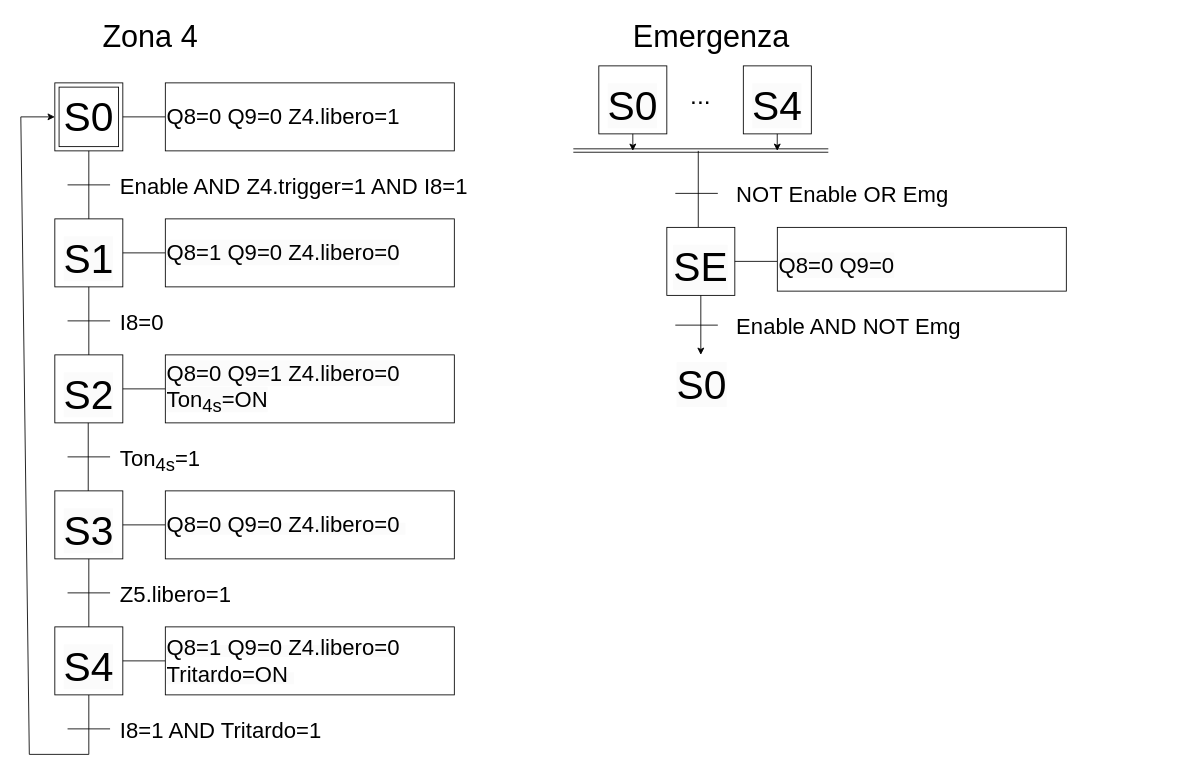
Before: page "Zona 4" (5 of 7) of grafcet.drawio in simonebroili/Ciclo-di-Lavorazione, a draw.io diagram. Source tidied: cells renumbered, new cells numbered last; positions are measured from the earlier drawing's top-left corner, leaving out a move shared by most shapes. Both pictures are drawn from the tidied source at 85%, with x=0, y=0 at pixel (20, 14).
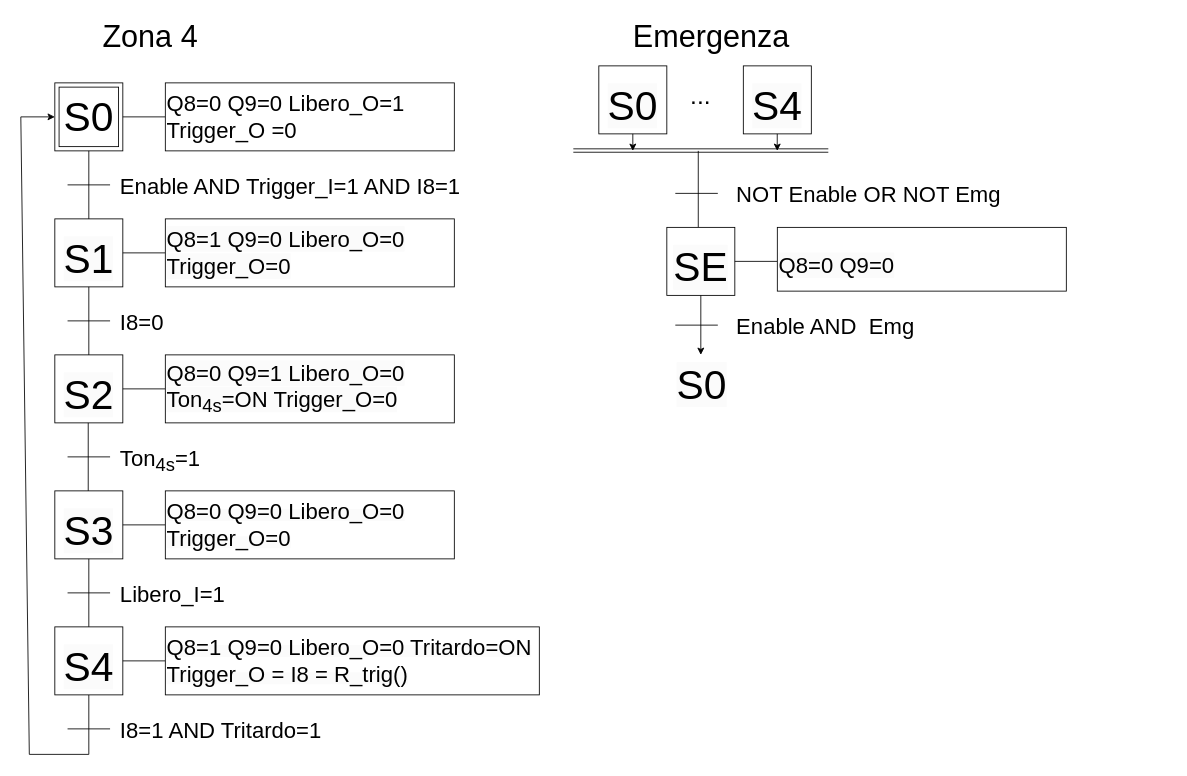
The same page after the edit.

What changed in the source:
```diff
@@
-    <mxCell id="8" value="&lt;span style=&quot;font-size: 26px;&quot;&gt;Q8=0 Q9=0 Z4.libero=1&lt;/span&gt;" style="rounded=0;whiteSpace=wrap;html=1;align=left;" parent="1" vertex="1">
+    <mxCell id="8" value="&lt;span style=&quot;font-size: 26px;&quot;&gt;Q8=0 Q9=0 Libero_O=1 Trigger_O =0&lt;/span&gt;" style="rounded=0;whiteSpace=wrap;html=1;align=left;" parent="1" vertex="1">
       <mxGeometry x="170" y="80" width="340" height="80" as="geometry" />
     </mxCell>
@@
-    <mxCell id="10" value="&lt;span style=&quot;color: rgb(0, 0, 0); font-family: Helvetica; font-size: 26px; font-style: normal; font-variant-ligatures: normal; font-variant-caps: normal; font-weight: 400; letter-spacing: normal; orphans: 2; text-indent: 0px; text-transform: none; widows: 2; word-spacing: 0px; -webkit-text-stroke-width: 0px; background-color: rgb(251, 251, 251); text-decoration-thickness: initial; text-decoration-style: initial; text-decoration-color: initial; float: none; display: inline !important;&quot;&gt;Q8=1 Q9=0 Z4.libero=0&lt;/span&gt;" style="rounded=0;whiteSpace=wrap;html=1;align=left;" parent="1" vertex="1">
+    <mxCell id="10" value="&lt;span style=&quot;color: rgb(0, 0, 0); font-family: Helvetica; font-size: 26px; font-style: normal; font-variant-ligatures: normal; font-variant-caps: normal; font-weight: 400; letter-spacing: normal; orphans: 2; text-indent: 0px; text-transform: none; widows: 2; word-spacing: 0px; -webkit-text-stroke-width: 0px; background-color: rgb(251, 251, 251); text-decoration-thickness: initial; text-decoration-style: initial; text-decoration-color: initial; float: none; display: inline !important;&quot;&gt;Q8=1 Q9=0 Libero_O=0 Trigger_O=0&lt;/span&gt;" style="rounded=0;whiteSpace=wrap;html=1;align=left;" parent="1" vertex="1">
       <mxGeometry x="170" y="240" width="340" height="80" as="geometry" />
     </mxCell>
@@
-    <mxCell id="12" value="&lt;span style=&quot;color: rgb(0, 0, 0); font-family: Helvetica; font-size: 26px; font-style: normal; font-variant-ligatures: normal; font-variant-caps: normal; font-weight: 400; letter-spacing: normal; orphans: 2; text-indent: 0px; text-transform: none; widows: 2; word-spacing: 0px; -webkit-text-stroke-width: 0px; background-color: rgb(251, 251, 251); text-decoration-thickness: initial; text-decoration-style: initial; text-decoration-color: initial; float: none; display: inline !important;&quot;&gt;Q8=0 Q9=1 Z4.libero=0 Ton&lt;sub&gt;4s&lt;/sub&gt;=ON&lt;/span&gt;" style="rounded=0;whiteSpace=wrap;html=1;align=left;" parent="1" vertex="1">
+    <mxCell id="12" value="&lt;span style=&quot;color: rgb(0, 0, 0); font-family: Helvetica; font-size: 26px; font-style: normal; font-variant-ligatures: normal; font-variant-caps: normal; font-weight: 400; letter-spacing: normal; orphans: 2; text-indent: 0px; text-transform: none; widows: 2; word-spacing: 0px; -webkit-text-stroke-width: 0px; background-color: rgb(251, 251, 251); text-decoration-thickness: initial; text-decoration-style: initial; text-decoration-color: initial; float: none; display: inline !important;&quot;&gt;Q8=0 Q9=1 Libero_O=0 Ton&lt;sub&gt;4s&lt;/sub&gt;=ON Trigger_O=0&lt;/span&gt;" style="rounded=0;whiteSpace=wrap;html=1;align=left;" parent="1" vertex="1">
       <mxGeometry x="170" y="400" width="340" height="80" as="geometry" />
     </mxCell>
@@
-    <mxCell id="14" value="&lt;span style=&quot;color: rgb(0, 0, 0); font-family: Helvetica; font-style: normal; font-variant-ligatures: normal; font-variant-caps: normal; font-weight: 400; letter-spacing: normal; orphans: 2; text-indent: 0px; text-transform: none; widows: 2; word-spacing: 0px; -webkit-text-stroke-width: 0px; background-color: rgb(251, 251, 251); text-decoration-thickness: initial; text-decoration-style: initial; text-decoration-color: initial; float: none; display: inline !important;&quot;&gt;&lt;span style=&quot;font-size: 26px;&quot;&gt;Q8=0 Q9=0 Z4.libero=0&amp;nbsp;&lt;/span&gt;&lt;/span&gt;" style="rounded=0;whiteSpace=wrap;html=1;align=left;" parent="1" vertex="1">
+    <mxCell id="14" value="&lt;span style=&quot;color: rgb(0, 0, 0); font-family: Helvetica; font-style: normal; font-variant-ligatures: normal; font-variant-caps: normal; font-weight: 400; letter-spacing: normal; orphans: 2; text-indent: 0px; text-transform: none; widows: 2; word-spacing: 0px; -webkit-text-stroke-width: 0px; background-color: rgb(251, 251, 251); text-decoration-thickness: initial; text-decoration-style: initial; text-decoration-color: initial; float: none; display: inline !important;&quot;&gt;&lt;span style=&quot;font-size: 26px;&quot;&gt;Q8=0 Q9=0 Libero_O=0 Trigger_O=0&lt;/span&gt;&lt;/span&gt;" style="rounded=0;whiteSpace=wrap;html=1;align=left;" parent="1" vertex="1">
       <mxGeometry x="170" y="560" width="340" height="80" as="geometry" />
     </mxCell>
@@
-    <mxCell id="18" value="&lt;span style=&quot;font-size: 26px;&quot;&gt;Enable AND Z4.trigger=1 AND I8=1&amp;nbsp;&lt;/span&gt;" style="text;whiteSpace=wrap;html=1;" parent="1" vertex="1">
+    <mxCell id="18" value="&lt;span style=&quot;font-size: 26px;&quot;&gt;Enable AND Trigger_I=1 AND I8=1&amp;nbsp;&lt;/span&gt;" style="text;whiteSpace=wrap;html=1;" parent="1" vertex="1">
       <mxGeometry x="115" y="180" width="435" height="50" as="geometry" />
     </mxCell>
@@
-    <mxCell id="26" value="&lt;span style=&quot;font-size: 26px;&quot;&gt;Z5.libero=1&lt;/span&gt;" style="text;whiteSpace=wrap;html=1;" parent="1" vertex="1">
+    <mxCell id="26" value="&lt;span style=&quot;font-size: 26px;&quot;&gt;Libero_I=1&lt;/span&gt;" style="text;whiteSpace=wrap;html=1;" parent="1" vertex="1">
       <mxGeometry x="115" y="660" width="395" height="50" as="geometry" />
     </mxCell>
@@
-    <mxCell id="31" value="&lt;span style=&quot;color: rgb(0, 0, 0); font-family: Helvetica; font-style: normal; font-variant-ligatures: normal; font-variant-caps: normal; font-weight: 400; letter-spacing: normal; orphans: 2; text-indent: 0px; text-transform: none; widows: 2; word-spacing: 0px; -webkit-text-stroke-width: 0px; background-color: rgb(251, 251, 251); text-decoration-thickness: initial; text-decoration-style: initial; text-decoration-color: initial; float: none; display: inline !important;&quot;&gt;&lt;span style=&quot;font-size: 26px;&quot;&gt;Q8=1 Q9=0 Z4.libero=0 Tritardo=ON&amp;nbsp;&lt;/span&gt;&lt;/span&gt;" style="rounded=0;whiteSpace=wrap;html=1;align=left;" parent="1" vertex="1">
-      <mxGeometry x="170" y="720" width="340" height="80" as="geometry" />
+    <mxCell id="31" value="&lt;span style=&quot;color: rgb(0, 0, 0); font-family: Helvetica; font-style: normal; font-variant-ligatures: normal; font-variant-caps: normal; font-weight: 400; letter-spacing: normal; orphans: 2; text-indent: 0px; text-transform: none; widows: 2; word-spacing: 0px; -webkit-text-stroke-width: 0px; background-color: rgb(251, 251, 251); text-decoration-thickness: initial; text-decoration-style: initial; text-decoration-color: initial; float: none; display: inline !important;&quot;&gt;&lt;span style=&quot;font-size: 26px;&quot;&gt;Q8=1 Q9=0 Libero_O=0 Tritardo=ON Trigger_O = I8 = R_trig()&lt;/span&gt;&lt;/span&gt;" style="rounded=0;whiteSpace=wrap;html=1;align=left;" parent="1" vertex="1">
+      <mxGeometry x="170" y="720" width="440" height="80" as="geometry" />
     </mxCell>
@@
-    <mxCell id="48" value="&lt;span style=&quot;font-size: 26px;&quot;&gt;NOT Enable OR Emg&lt;/span&gt;" style="text;whiteSpace=wrap;html=1;" parent="1" vertex="1">
+    <mxCell id="48" value="&lt;span style=&quot;font-size: 26px;&quot;&gt;NOT Enable OR NOT Emg&lt;/span&gt;" style="text;whiteSpace=wrap;html=1;" parent="1" vertex="1">
       <mxGeometry x="840" y="190" width="515" height="50" as="geometry" />
     </mxCell>
@@
-    <mxCell id="50" value="&lt;span style=&quot;font-size: 26px;&quot;&gt;Enable AND NOT Emg&lt;/span&gt;" style="text;whiteSpace=wrap;html=1;" parent="1" vertex="1">
+    <mxCell id="50" value="&lt;span style=&quot;font-size: 26px;&quot;&gt;Enable AND&amp;nbsp; Emg&lt;/span&gt;" style="text;whiteSpace=wrap;html=1;" parent="1" vertex="1">
       <mxGeometry x="840" y="345" width="515" height="50" as="geometry" />
     </mxCell>
```
